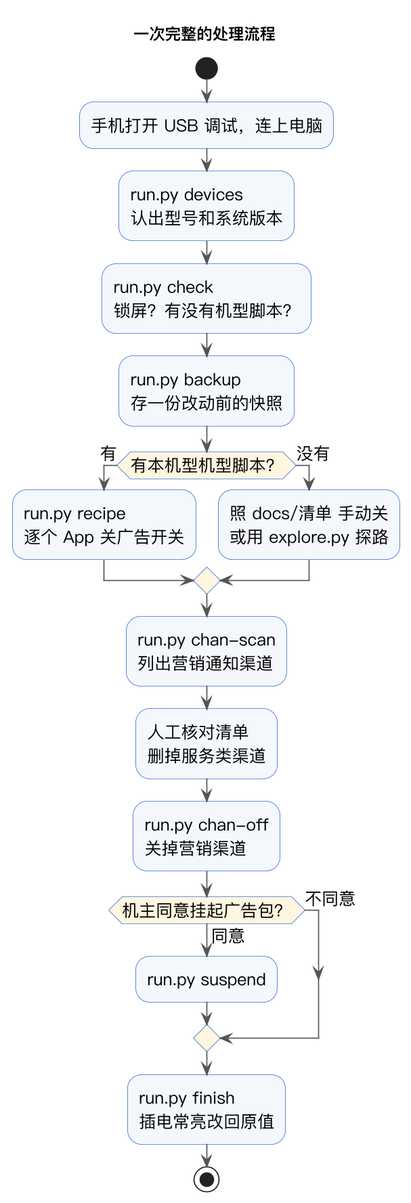
The PlantUML diagram images/flow.png in 15277126915/android-ad-cleaner, before a commit.
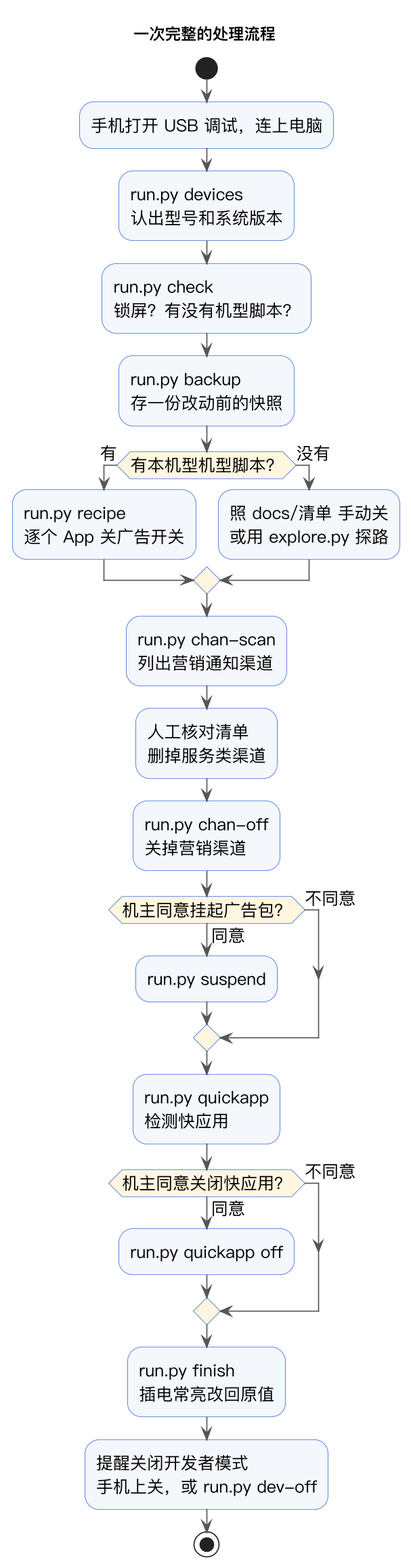
The same file after the commit.

Commit message:
新增快应用检测与关闭（quickapp）；收尾提醒关闭开发者模式，新增 dev-off

Change to the diagram source:
```diff
@@ -25,6 +25,12 @@
   :run.py suspend;
 else (不同意)
 endif
+:run.py quickapp\n检测快应用;
+if (机主同意关闭快应用？) then (同意)
+  :run.py quickapp off;
+else (不同意)
+endif
 :run.py finish\n插电常亮改回原值;
+:提醒关闭开发者模式\n手机上关，或 run.py dev-off;
 stop
 @enduml
```
